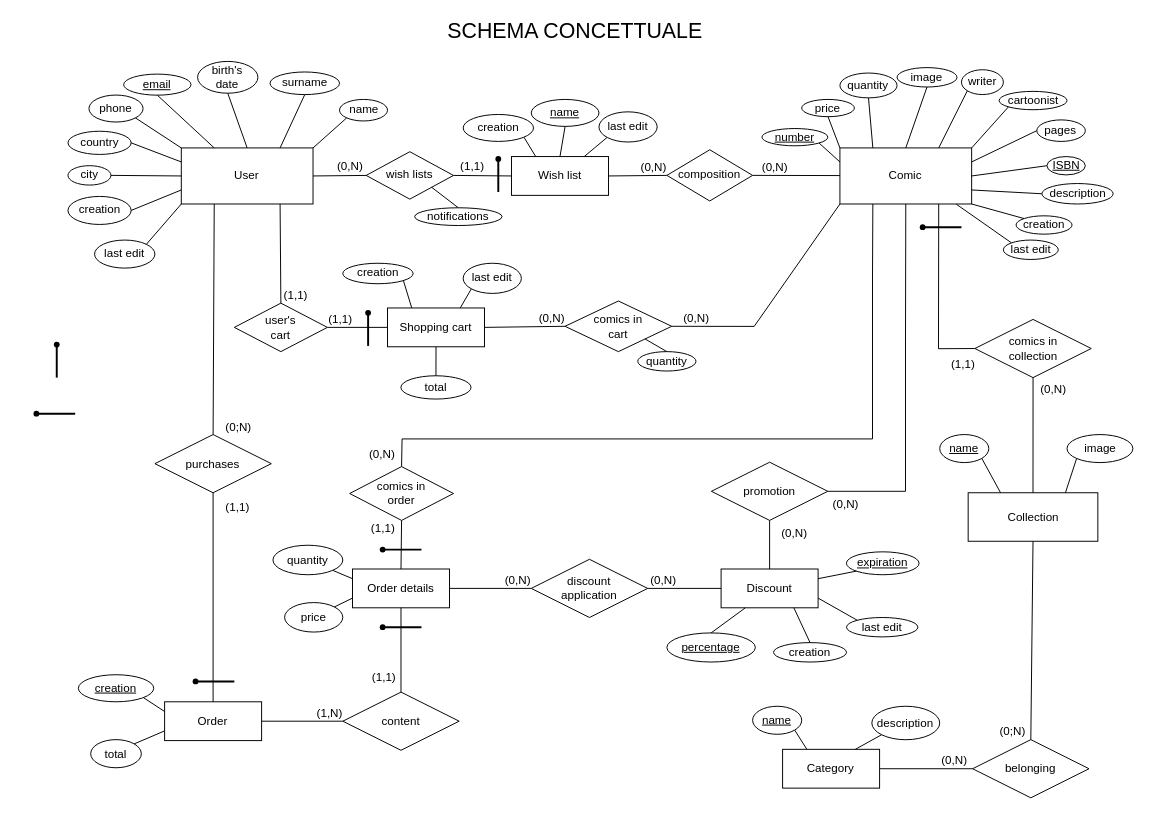
Earlier version of the draw.io diagram doc/database/Comic_shop_ER_diagram.drawio (Enricods-i/Comics-Store-Backend). Source tidied: cells renumbered, new cells numbered last; positions are measured from the earlier drawing's top-left corner, leaving out a move shared by most shapes. Both pictures are drawn from the tidied source at 97%, with x=0, y=0 at pixel (16, 16).
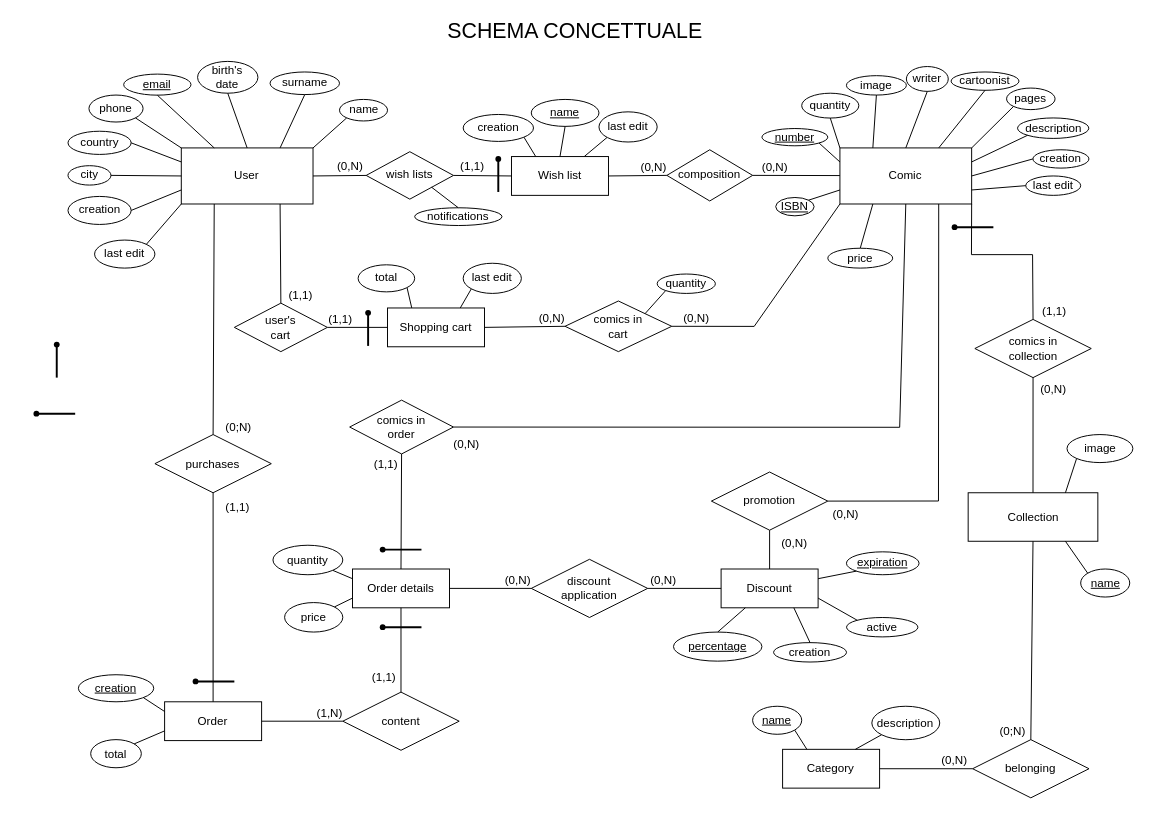
The same diagram, later.

The change refers to these unchanged cells:
```xml
<mxCell id="2" value="Comic" style="whiteSpace=wrap;html=1;align=center;" parent="1" vertex="1">
  <mxGeometry x="848.4" y="135" width="135.8" height="57.8" as="geometry" />
</mxCell>
<mxCell id="40" value="Collection" style="whiteSpace=wrap;html=1;align=center;" parent="1" vertex="1">
  <mxGeometry x="980.6" y="490.5" width="133.7" height="50" as="geometry" />
</mxCell>
<mxCell id="41" value="comics in&lt;br&gt;collection" style="shape=rhombus;perimeter=rhombusPerimeter;whiteSpace=wrap;html=1;align=center;" parent="1" vertex="1">
  <mxGeometry x="987.5" y="311.8" width="120" height="60" as="geometry" />
</mxCell>
<mxCell id="97" style="endArrow=none;html=1;rounded=0;exitX=0.75;exitY=1;exitDx=0;exitDy=0;entryX=0.5;entryY=0;entryDx=0;entryDy=0;" parent="1" edge="1" source="3" target="113">
  <mxGeometry relative="1" as="geometry" />
</mxCell>
<mxCell id="112" value="Shopping cart" style="whiteSpace=wrap;html=1;align=center;" parent="1" vertex="1">
  <mxGeometry x="382" y="300" width="100" height="40" as="geometry" />
</mxCell>
<mxCell id="116" value="comics in&lt;br&gt;cart" style="shape=rhombus;perimeter=rhombusPerimeter;whiteSpace=wrap;html=1;align=center;" parent="1" vertex="1">
  <mxGeometry x="565" y="292.8" width="110" height="52.2" as="geometry" />
</mxCell>
<mxCell id="157" style="endArrow=none;html=1;rounded=0;exitX=0.5;exitY=0;exitDx=0;exitDy=0;entryX=0.5;entryY=1;entryDx=0;entryDy=0;" parent="1" edge="1" source="132" target="156">
  <mxGeometry relative="1" as="geometry" />
</mxCell>
```

Change to the diagram source:
```diff
@@
-    <mxCell id="13" value="price" style="ellipse;whiteSpace=wrap;html=1;align=center;" parent="1" vertex="1">
-      <mxGeometry x="809" y="85" width="54.3" height="17.8" as="geometry" />
-    </mxCell>
     <mxCell id="14" value="writer" style="ellipse;whiteSpace=wrap;html=1;align=center;" parent="1" vertex="1">
-      <mxGeometry x="973.7" y="54.4" width="43.2" height="25.6" as="geometry" />
+      <mxGeometry x="916.9" y="51.1" width="43.2" height="25.6" as="geometry" />
     </mxCell>
     <mxCell id="15" value="cartoonist" style="ellipse;whiteSpace=wrap;html=1;align=center;" parent="1" vertex="1">
-      <mxGeometry x="1012.5" y="76.7" width="70" height="18.9" as="geometry" />
+      <mxGeometry x="963" y="56.7" width="70" height="18.9" as="geometry" />
     </mxCell>
     <mxCell id="16" value="pages" style="ellipse;whiteSpace=wrap;html=1;align=center;" parent="1" vertex="1">
-      <mxGeometry x="1051.4" y="106.1" width="50" height="22.2" as="geometry" />
+      <mxGeometry x="1020.2" y="73.3" width="50" height="22.2" as="geometry" />
     </mxCell>
     <mxCell id="17" value="&lt;u&gt;ISBN&lt;/u&gt;" style="ellipse;whiteSpace=wrap;html=1;align=center;" parent="1" vertex="1">
-      <mxGeometry x="1061.8" y="143.9" width="39.6" height="18.9" as="geometry" />
+      <mxGeometry x="782.2" y="186.1" width="39.6" height="18.9" as="geometry" />
     </mxCell>
@@
-    <mxCell id="19" style="endArrow=none;html=1;rounded=0;exitX=0;exitY=0;exitDx=0;exitDy=0;entryX=0.5;entryY=1;entryDx=0;entryDy=0;" parent="1" edge="1" source="2" target="13">
-      <mxGeometry relative="1" as="geometry" />
-    </mxCell>
-    <mxCell id="20" style="endArrow=none;html=1;rounded=0;exitX=0.75;exitY=0;exitDx=0;exitDy=0;entryX=0;entryY=1;entryDx=0;entryDy=0;" parent="1" edge="1" source="2" target="14">
+    <mxCell id="20" style="endArrow=none;html=1;rounded=0;exitX=0.5;exitY=0;exitDx=0;exitDy=0;entryX=0.5;entryY=1;entryDx=0;entryDy=0;" parent="1" edge="1" source="2" target="14">
       <mxGeometry relative="1" as="geometry" />
     </mxCell>
-    <mxCell id="21" style="endArrow=none;html=1;rounded=0;exitX=1;exitY=0;exitDx=0;exitDy=0;entryX=0;entryY=1;entryDx=0;entryDy=0;" parent="1" edge="1" source="2" target="15">
+    <mxCell id="21" style="endArrow=none;html=1;rounded=0;exitX=0.75;exitY=0;exitDx=0;exitDy=0;entryX=0.5;entryY=1;entryDx=0;entryDy=0;" parent="1" edge="1" source="2" target="15">
       <mxGeometry relative="1" as="geometry" />
     </mxCell>
-    <mxCell id="22" style="endArrow=none;html=1;rounded=0;exitX=1;exitY=0.25;exitDx=0;exitDy=0;entryX=0;entryY=0.5;entryDx=0;entryDy=0;" parent="1" edge="1" source="2" target="16">
+    <mxCell id="22" style="endArrow=none;html=1;rounded=0;exitX=1;exitY=0;exitDx=0;exitDy=0;entryX=0;entryY=1;entryDx=0;entryDy=0;" parent="1" edge="1" source="2" target="16">
       <mxGeometry relative="1" as="geometry" />
     </mxCell>
-    <mxCell id="23" style="endArrow=none;html=1;rounded=0;entryX=0;entryY=0.5;entryDx=0;entryDy=0;exitX=1;exitY=0.5;exitDx=0;exitDy=0;" parent="1" edge="1" source="2" target="17">
+    <mxCell id="23" style="endArrow=none;html=1;rounded=0;entryX=1;entryY=0;entryDx=0;entryDy=0;exitX=0;exitY=0.75;exitDx=0;exitDy=0;" parent="1" edge="1" source="2" target="17">
       <mxGeometry relative="1" as="geometry" />
     </mxCell>
@@
     <mxCell id="47" value="promotion" style="shape=rhombus;perimeter=rhombusPerimeter;whiteSpace=wrap;html=1;align=center;" parent="1" vertex="1">
-      <mxGeometry x="715.9" y="459" width="120" height="60" as="geometry" />
+      <mxGeometry x="715.9" y="469.1" width="120" height="60" as="geometry" />
     </mxCell>
@@
-    <mxCell id="50" style="endArrow=none;html=1;rounded=0;exitX=0.5;exitY=1;exitDx=0;exitDy=0;entryX=1;entryY=0.5;entryDx=0;entryDy=0;" parent="1" edge="1" source="2" target="47">
+    <mxCell id="50" style="endArrow=none;html=1;rounded=0;exitX=0.75;exitY=1;exitDx=0;exitDy=0;entryX=1;entryY=0.5;entryDx=0;entryDy=0;" parent="1" edge="1" source="2" target="47">
       <mxGeometry relative="1" as="geometry">
         <Array as="points">
-          <mxPoint x="916" y="335" />
-          <mxPoint x="916" y="489" />
+          <mxPoint x="950" y="499" />
         </Array>
       </mxGeometry>
     </mxCell>
@@
     <mxCell id="60" value="&lt;u&gt;percentage&lt;/u&gt;" style="ellipse;whiteSpace=wrap;html=1;align=center;" parent="1" vertex="1">
-      <mxGeometry x="670" y="635" width="91.2" height="30" as="geometry" />
+      <mxGeometry x="676.8" y="634.1" width="91.2" height="30" as="geometry" />
     </mxCell>
@@
-    <mxCell id="62" value="last edit" style="ellipse;whiteSpace=wrap;html=1;align=center;" parent="1" vertex="1">
+    <mxCell id="62" value="active" style="ellipse;whiteSpace=wrap;html=1;align=center;" parent="1" vertex="1">
       <mxGeometry x="855.2" y="619.1" width="73.6" height="20" as="geometry" />
     </mxCell>
@@
-    <mxCell id="70" style="endArrow=none;html=1;rounded=0;exitX=0.25;exitY=1;exitDx=0;exitDy=0;entryX=0.5;entryY=0;entryDx=0;entryDy=0;" parent="1" edge="1" source="2" target="156">
+    <mxCell id="70" style="endArrow=none;html=1;rounded=0;exitX=0.5;exitY=1;exitDx=0;exitDy=0;entryX=1;entryY=0.5;entryDx=0;entryDy=0;" parent="1" edge="1" source="2" target="156">
       <mxGeometry relative="1" as="geometry">
         <Array as="points">
-          <mxPoint x="882" y="265" />
-          <mxPoint x="882" y="435" />
-          <mxPoint x="397" y="435" />
+          <mxPoint x="910" y="423" />
         </Array>
       </mxGeometry>
     </mxCell>
     <mxCell id="71" value="(0,N)" style="html=1;align=right;verticalAlign=bottom;" parent="70" vertex="1">
       <mxGeometry x="1" relative="1" as="geometry">
-        <mxPoint x="-6" y="-5" as="offset" />
+        <mxPoint x="27" y="26" as="offset" />
       </mxGeometry>
     </mxCell>
@@
     <mxCell id="82" value="quantity" style="ellipse;whiteSpace=wrap;html=1;align=center;" parent="1" vertex="1">
-      <mxGeometry x="848.4" y="57.8" width="58.9" height="25.6" as="geometry" />
+      <mxGeometry x="809" y="78.6" width="58.9" height="25.6" as="geometry" />
     </mxCell>
-    <mxCell id="83" style="endArrow=none;html=1;rounded=0;exitX=0.25;exitY=0;exitDx=0;exitDy=0;entryX=0.5;entryY=1;entryDx=0;entryDy=0;" parent="1" edge="1" source="2" target="82">
+    <mxCell id="83" style="endArrow=none;html=1;rounded=0;exitX=0;exitY=0;exitDx=0;exitDy=0;entryX=0.5;entryY=1;entryDx=0;entryDy=0;" parent="1" edge="1" source="2" target="82">
       <mxGeometry relative="1" as="geometry" />
     </mxCell>
@@
     <mxCell id="85" value="description" style="ellipse;whiteSpace=wrap;html=1;align=center;fontSize=12;" parent="1" vertex="1">
-      <mxGeometry x="1056.6" y="171.7" width="73.5" height="21.1" as="geometry" />
+      <mxGeometry x="1031.5" y="104.1" width="73.5" height="21.1" as="geometry" />
     </mxCell>
-    <mxCell id="86" style="endArrow=none;html=1;rounded=0;fontSize=12;exitX=1;exitY=0.75;exitDx=0;exitDy=0;entryX=0;entryY=0.5;entryDx=0;entryDy=0;" parent="1" edge="1" source="2" target="85">
+    <mxCell id="86" style="endArrow=none;html=1;rounded=0;fontSize=12;exitX=1;exitY=0.25;exitDx=0;exitDy=0;entryX=0;entryY=1;entryDx=0;entryDy=0;" parent="1" edge="1" source="2" target="85">
       <mxGeometry relative="1" as="geometry" />
     </mxCell>
-    <mxCell id="87" value="creation" style="ellipse;whiteSpace=wrap;html=1;align=center;" parent="1" vertex="1">
-      <mxGeometry x="335.9" y="253.9" width="72.5" height="21.1" as="geometry" />
-    </mxCell>
@@
-    <mxCell id="89" style="endArrow=none;html=1;rounded=0;fontSize=12;entryX=1;entryY=1;entryDx=0;entryDy=0;exitX=0.25;exitY=0;exitDx=0;exitDy=0;" parent="1" edge="1" source="112" target="87">
-      <mxGeometry relative="1" as="geometry" />
-    </mxCell>
@@
     <mxCell id="91" value="creation" style="ellipse;whiteSpace=wrap;html=1;align=center;" parent="1" vertex="1">
-      <mxGeometry x="1030" y="205" width="57.7" height="18.9" as="geometry" />
+      <mxGeometry x="1047.4" y="136.9" width="57.7" height="18.9" as="geometry" />
     </mxCell>
     <mxCell id="92" value="last edit" style="ellipse;whiteSpace=wrap;html=1;align=center;" parent="1" vertex="1">
-      <mxGeometry x="1016.9" y="230" width="56.6" height="20" as="geometry" />
+      <mxGeometry x="1040" y="163.9" width="56.6" height="20" as="geometry" />
     </mxCell>
-    <mxCell id="93" style="endArrow=none;html=1;rounded=0;fontSize=12;exitX=1;exitY=1;exitDx=0;exitDy=0;entryX=0;entryY=0;entryDx=0;entryDy=0;" parent="1" edge="1" source="2" target="91">
+    <mxCell id="93" style="endArrow=none;html=1;rounded=0;fontSize=12;exitX=1;exitY=0.5;exitDx=0;exitDy=0;entryX=0;entryY=0.5;entryDx=0;entryDy=0;" parent="1" edge="1" source="2" target="91">
       <mxGeometry relative="1" as="geometry" />
     </mxCell>
-    <mxCell id="94" style="endArrow=none;html=1;rounded=0;fontSize=12;entryX=0;entryY=0;entryDx=0;entryDy=0;exitX=0.883;exitY=1.003;exitDx=0;exitDy=0;exitPerimeter=0;" parent="1" edge="1" source="2" target="92">
+    <mxCell id="94" style="endArrow=none;html=1;rounded=0;fontSize=12;entryX=0;entryY=0.5;entryDx=0;entryDy=0;exitX=1;exitY=0.75;exitDx=0;exitDy=0;" parent="1" edge="1" source="2" target="92">
       <mxGeometry relative="1" as="geometry" />
     </mxCell>
     <mxCell id="95" value="total" style="ellipse;whiteSpace=wrap;html=1;align=center;" parent="1" vertex="1">
-      <mxGeometry x="395.8" y="369.9" width="72.3" height="24" as="geometry" />
+      <mxGeometry x="351.7" y="255.5" width="58.3" height="27.9" as="geometry" />
     </mxCell>
-    <mxCell id="96" style="endArrow=none;html=1;rounded=0;exitX=0.5;exitY=1;exitDx=0;exitDy=0;entryX=0.5;entryY=0;entryDx=0;entryDy=0;" parent="1" edge="1" source="112" target="95">
+    <mxCell id="96" style="endArrow=none;html=1;rounded=0;exitX=0.25;exitY=0;exitDx=0;exitDy=0;entryX=1;entryY=1;entryDx=0;entryDy=0;" parent="1" edge="1" source="112" target="95">
       <mxGeometry relative="1" as="geometry" />
     </mxCell>
@@
     <mxCell id="98" value="(1,1)" style="html=1;align=right;verticalAlign=bottom;" parent="97" vertex="1">
       <mxGeometry x="1" relative="1" as="geometry">
-        <mxPoint x="28" as="offset" />
+        <mxPoint x="33" as="offset" />
       </mxGeometry>
     </mxCell>
@@
     <mxCell id="103" value="&lt;u&gt;name&lt;/u&gt;" style="ellipse;whiteSpace=wrap;html=1;align=center;" parent="1" vertex="1">
-      <mxGeometry x="951.3" y="430.5" width="50.6" height="28.9" as="geometry" />
+      <mxGeometry x="1096.6" y="569.1" width="50.6" height="28.9" as="geometry" />
     </mxCell>
-    <mxCell id="104" style="endArrow=none;html=1;rounded=0;exitX=1;exitY=1;exitDx=0;exitDy=0;entryX=0.25;entryY=0;entryDx=0;entryDy=0;" parent="1" edge="1" source="103" target="40">
+    <mxCell id="104" style="endArrow=none;html=1;rounded=0;exitX=0;exitY=0;exitDx=0;exitDy=0;entryX=0.75;entryY=1;entryDx=0;entryDy=0;" parent="1" edge="1" source="103" target="40">
       <mxGeometry relative="1" as="geometry" />
     </mxCell>
@@
     <mxCell id="119" value="quantity" style="ellipse;whiteSpace=wrap;html=1;align=center;" parent="1" vertex="1">
-      <mxGeometry x="640" y="345" width="60" height="20" as="geometry" />
+      <mxGeometry x="660" y="265" width="60" height="20" as="geometry" />
     </mxCell>
-    <mxCell id="120" style="endArrow=none;html=1;rounded=0;exitX=1;exitY=1;exitDx=0;exitDy=0;entryX=0.5;entryY=0;entryDx=0;entryDy=0;" parent="1" edge="1" source="116" target="119">
+    <mxCell id="120" style="endArrow=none;html=1;rounded=0;exitX=1;exitY=0;exitDx=0;exitDy=0;entryX=0;entryY=1;entryDx=0;entryDy=0;" parent="1" edge="1" source="116" target="119">
       <mxGeometry relative="1" as="geometry" />
     </mxCell>
@@
     <mxCell id="127" value="image" style="ellipse;whiteSpace=wrap;html=1;align=center;" parent="1" vertex="1">
-      <mxGeometry x="907.3" y="52.2" width="61.8" height="20" as="geometry" />
+      <mxGeometry x="855.1" y="60.5" width="61.8" height="20" as="geometry" />
     </mxCell>
-    <mxCell id="128" style="endArrow=none;html=1;rounded=0;entryX=0.5;entryY=1;entryDx=0;entryDy=0;exitX=0.5;exitY=0;exitDx=0;exitDy=0;" parent="1" edge="1" source="2" target="127">
+    <mxCell id="128" style="endArrow=none;html=1;rounded=0;entryX=0.5;entryY=1;entryDx=0;entryDy=0;exitX=0.25;exitY=0;exitDx=0;exitDy=0;" parent="1" edge="1" source="2" target="127">
       <mxGeometry relative="1" as="geometry" />
     </mxCell>
-    <mxCell id="129" style="endArrow=none;html=1;rounded=0;exitX=0.75;exitY=1;exitDx=0;exitDy=0;entryX=0;entryY=0.5;entryDx=0;entryDy=0;" parent="1" edge="1" source="2" target="41">
+    <mxCell id="129" style="endArrow=none;html=1;rounded=0;exitX=1;exitY=1;exitDx=0;exitDy=0;entryX=0.5;entryY=0;entryDx=0;entryDy=0;" parent="1" edge="1" source="2" target="41">
       <mxGeometry relative="1" as="geometry">
         <Array as="points">
-          <mxPoint x="950" y="342" />
+          <mxPoint x="984" y="245" />
+          <mxPoint x="1047" y="245" />
         </Array>
       </mxGeometry>
     </mxCell>
     <mxCell id="130" value="(1,1)" style="html=1;align=right;verticalAlign=bottom;" parent="129" vertex="1">
       <mxGeometry x="1" relative="1" as="geometry">
-        <mxPoint y="24" as="offset" />
+        <mxPoint x="35" as="offset" />
       </mxGeometry>
     </mxCell>
@@
     <mxCell id="154" style="shape=waypoint;sketch=0;fillStyle=solid;size=6;fillColor=none;perimeter=centerPerimeter;" parent="1" vertex="1">
-      <mxGeometry x="913.7" y="196.7" width="40" height="40" as="geometry" />
+      <mxGeometry x="946.6" y="196.7" width="40" height="40" as="geometry" />
     </mxCell>
     <mxCell id="155" style="line;strokeWidth=2;html=1;" parent="1" vertex="1">
-      <mxGeometry x="935.8" y="211.7" width="37.9" height="10" as="geometry" />
+      <mxGeometry x="968.7" y="211.7" width="37.9" height="10" as="geometry" />
     </mxCell>
     <mxCell id="156" value="comics in&lt;br&gt;order" style="shape=rhombus;perimeter=rhombusPerimeter;whiteSpace=wrap;html=1;align=center;" parent="1" vertex="1">
-      <mxGeometry x="343" y="463.5" width="107" height="55.5" as="geometry" />
+      <mxGeometry x="343" y="395" width="107" height="55.5" as="geometry" />
     </mxCell>
@@
     <mxCell id="158" value="(1,1)" style="html=1;align=right;verticalAlign=bottom;" parent="157" vertex="1">
       <mxGeometry x="1" relative="1" as="geometry">
-        <mxPoint x="-6" y="16" as="offset" />
+        <mxPoint x="-4" y="19" as="offset" />
       </mxGeometry>
     </mxCell>
@@
+    <mxCell id="19" style="endArrow=none;html=1;rounded=0;exitX=0.25;exitY=1;exitDx=0;exitDy=0;entryX=0.5;entryY=0;entryDx=0;entryDy=0;" parent="1" edge="1" source="2" target="13">
+      <mxGeometry relative="1" as="geometry" />
+    </mxCell>
+    <mxCell id="13" value="price" style="ellipse;whiteSpace=wrap;html=1;align=center;" parent="1" vertex="1">
+      <mxGeometry x="835.9" y="238.4" width="66.9" height="20.5" as="geometry" />
+    </mxCell>
```
